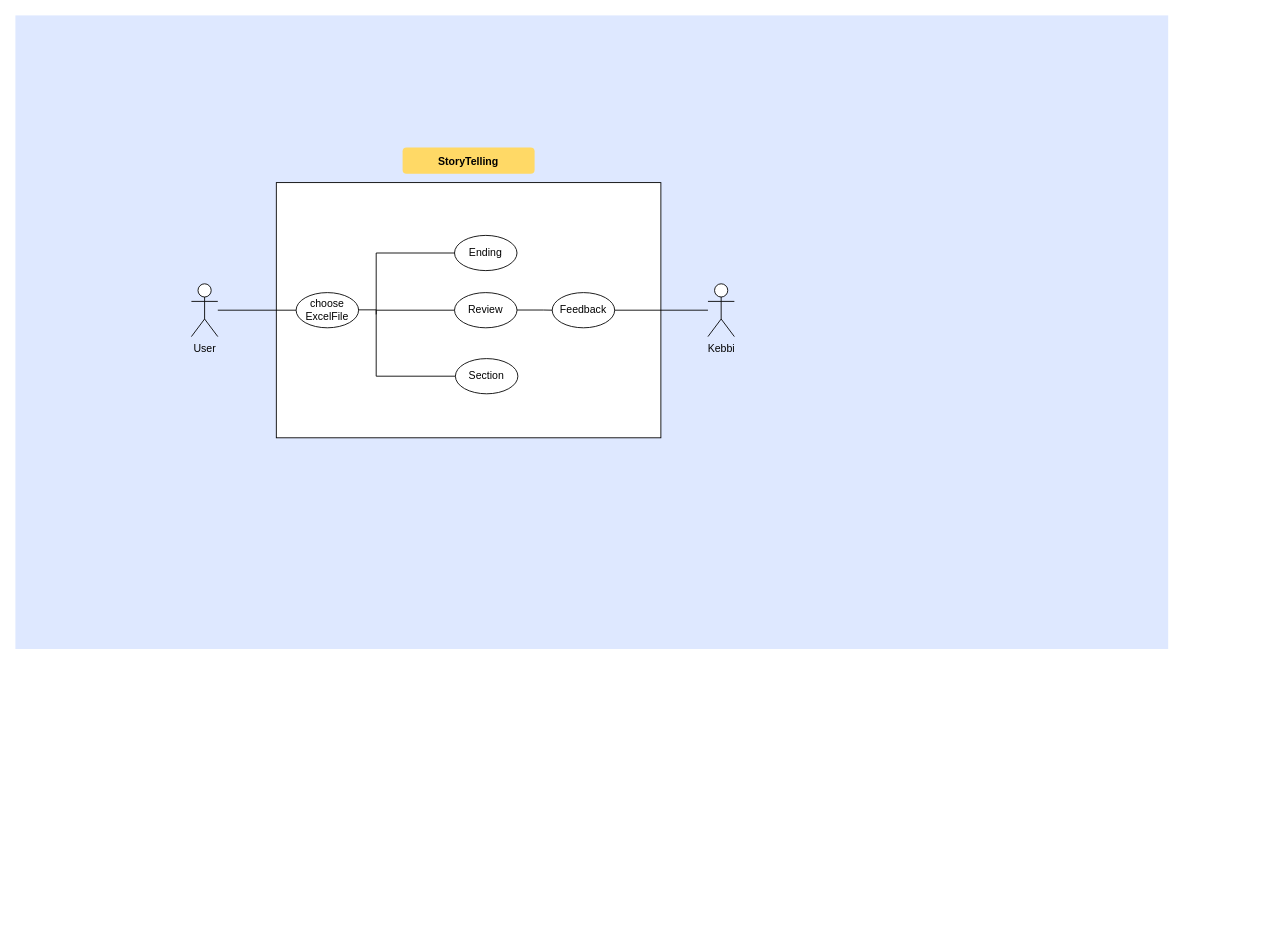
The draw.io diagram page "use case" (2 of 3) of Untitled Diagram.drawio in chewwwyong/dosomethingexcel, before the edit. Source tidied: cells renumbered, new cells numbered last; positions are measured from the earlier drawing's top-left corner, leaving out a move shared by most shapes. Both pictures are drawn from the tidied source at 88%, with x=0, y=0 at pixel (15, 15).
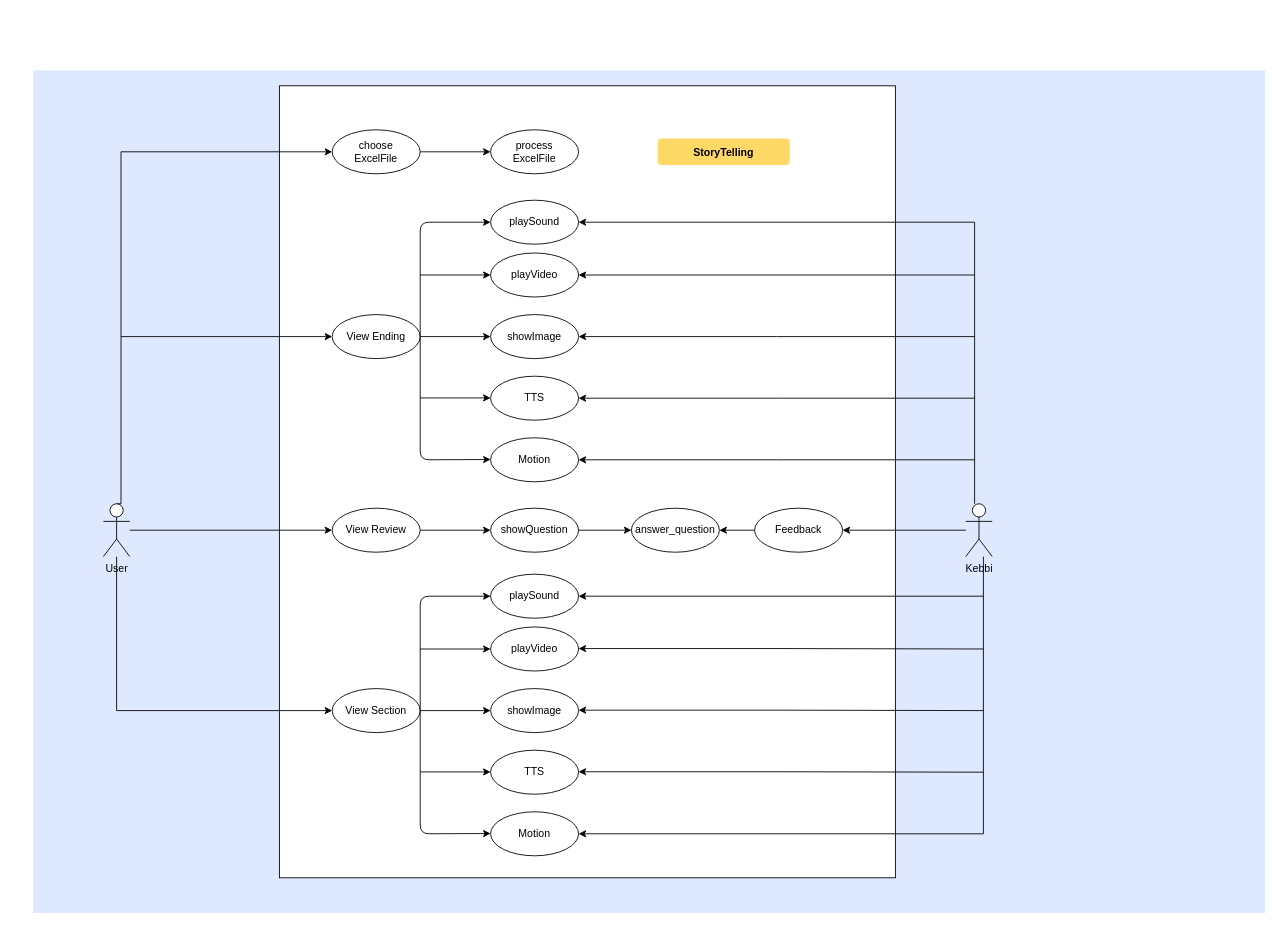
After the change.

Change to the diagram source:
```diff
@@
     <mxCell id="2" style="fillColor=#DEE8FF;strokeColor=none;" parent="1" vertex="1">
-      <mxGeometry width="1310" height="720" as="geometry" />
+      <mxGeometry x="20" y="62.5" width="1400" height="957.5" as="geometry" />
     </mxCell>
+    <mxCell id="4" style="rounded=0;whiteSpace=wrap;html=1;strokeColor=#000000;" parent="1" vertex="1">
+      <mxGeometry x="300" y="80" width="700" height="900" as="geometry" />
+    </mxCell>
+    <mxCell id="19" style="edgeStyle=orthogonalEdgeStyle;rounded=0;jettySize=auto;html=1;entryX=0;entryY=0.5;entryDx=0;entryDy=0;endArrow=classic;endFill=1;" parent="1" edge="1" source="6" target="8">
+      <mxGeometry relative="1" as="geometry" />
+    </mxCell>
+    <mxCell id="20" style="edgeStyle=orthogonalEdgeStyle;rounded=0;jettySize=auto;html=1;entryX=0;entryY=0.5;entryDx=0;entryDy=0;endArrow=classic;endFill=1;exitX=0.5;exitY=0;exitDx=0;exitDy=0;exitPerimeter=0;" parent="1" edge="1" source="6" target="15">
+      <mxGeometry relative="1" as="geometry">
+        <Array as="points">
+          <mxPoint x="120" y="555" />
+          <mxPoint x="120" y="155" />
+        </Array>
+      </mxGeometry>
+    </mxCell>
+    <mxCell id="21" style="edgeStyle=orthogonalEdgeStyle;rounded=0;jettySize=auto;html=1;entryX=0;entryY=0.5;entryDx=0;entryDy=0;startArrow=none;startFill=0;endArrow=classic;endFill=1;" parent="1" edge="1" source="6" target="11">
+      <mxGeometry relative="1" as="geometry">
+        <Array as="points">
+          <mxPoint x="115" y="790" />
+        </Array>
+      </mxGeometry>
+    </mxCell>
+    <mxCell id="6" value="User" style="shape=umlActor;verticalLabelPosition=bottom;verticalAlign=top;html=1;outlineConnect=0;strokeColor=#000000;" parent="1" vertex="1">
+      <mxGeometry x="100" y="555" width="30" height="60" as="geometry" />
+    </mxCell>
+    <mxCell id="22" style="edgeStyle=orthogonalEdgeStyle;rounded=0;jettySize=auto;html=1;entryX=1;entryY=0.5;entryDx=0;entryDy=0;endArrow=classic;endFill=1;" parent="1" edge="1" source="7" target="9">
+      <mxGeometry relative="1" as="geometry" />
+    </mxCell>
+    <mxCell id="23" style="edgeStyle=orthogonalEdgeStyle;rounded=0;jettySize=auto;html=1;entryX=1;entryY=0.5;entryDx=0;entryDy=0;endArrow=classic;endFill=1;" parent="1" edge="1" source="7" target="30">
+      <mxGeometry relative="1" as="geometry">
+        <Array as="points">
+          <mxPoint x="1090" y="235" />
+        </Array>
+      </mxGeometry>
+    </mxCell>
+    <mxCell id="24" style="edgeStyle=orthogonalEdgeStyle;rounded=0;jettySize=auto;html=1;entryX=1;entryY=0.5;entryDx=0;entryDy=0;startArrow=none;startFill=0;endArrow=classic;endFill=1;" parent="1" edge="1" source="7" target="43">
+      <mxGeometry relative="1" as="geometry">
+        <Array as="points">
+          <mxPoint x="1100" y="930" />
+        </Array>
+      </mxGeometry>
+    </mxCell>
+    <mxCell id="7" value="Kebbi" style="shape=umlActor;verticalLabelPosition=bottom;verticalAlign=top;html=1;outlineConnect=0;strokeColor=#000000;" parent="1" vertex="1">
+      <mxGeometry x="1080" y="555" width="30" height="60" as="geometry" />
+    </mxCell>
+    <mxCell id="25" style="edgeStyle=orthogonalEdgeStyle;rounded=0;jettySize=auto;html=1;endArrow=classic;endFill=1;" parent="1" edge="1" source="8" target="46">
+      <mxGeometry relative="1" as="geometry" />
+    </mxCell>
+    <mxCell id="8" value="View Review" style="ellipse;whiteSpace=wrap;html=1;strokeColor=#000000;flipH=0;flipV=1;" parent="1" vertex="1">
+      <mxGeometry x="360" y="560" width="100" height="50" as="geometry" />
+    </mxCell>
+    <mxCell id="26" style="edgeStyle=orthogonalEdgeStyle;rounded=0;jettySize=auto;html=1;endArrow=classic;endFill=1;" parent="1" edge="1" source="9" target="29">
+      <mxGeometry relative="1" as="geometry" />
+    </mxCell>
+    <mxCell id="9" value="Feedback" style="ellipse;whiteSpace=wrap;html=1;strokeColor=#000000;" parent="1" vertex="1">
+      <mxGeometry x="840" y="560" width="100" height="50" as="geometry" />
+    </mxCell>
+    <mxCell id="11" value="View Section" style="ellipse;whiteSpace=wrap;html=1;strokeColor=#000000;flipH=0;flipV=1;" parent="1" vertex="1">
+      <mxGeometry x="360" y="765" width="100" height="50" as="geometry" />
+    </mxCell>
+    <mxCell id="27" style="edgeStyle=orthogonalEdgeStyle;rounded=0;jettySize=auto;html=1;" parent="1" edge="1" source="12" target="34">
+      <mxGeometry relative="1" as="geometry" />
+    </mxCell>
+    <mxCell id="28" style="edgeStyle=orthogonalEdgeStyle;rounded=0;jettySize=auto;html=1;endArrow=none;endFill=0;startArrow=classic;startFill=1;" parent="1" edge="1" source="12">
+      <mxGeometry relative="1" as="geometry">
+        <mxPoint x="120" y="365" as="targetPoint" />
+      </mxGeometry>
+    </mxCell>
+    <mxCell id="12" value="View Ending" style="ellipse;whiteSpace=wrap;html=1;strokeColor=#000000;flipH=0;flipV=1;" parent="1" vertex="1">
+      <mxGeometry x="360" y="340" width="100" height="50" as="geometry" />
+    </mxCell>
+    <mxCell id="29" value="answer_question" style="ellipse;whiteSpace=wrap;html=1;strokeColor=#000000;flipH=0;flipV=1;" parent="1" vertex="1">
+      <mxGeometry x="700" y="560" width="100" height="50" as="geometry" />
+    </mxCell>
+    <mxCell id="30" value="playSound" style="ellipse;whiteSpace=wrap;html=1;strokeColor=#000000;flipH=0;flipV=1;" parent="1" vertex="1">
+      <mxGeometry x="540" y="210" width="100" height="50" as="geometry" />
+    </mxCell>
+    <mxCell id="31" style="edgeStyle=orthogonalEdgeStyle;rounded=0;jettySize=auto;html=1;startArrow=classic;startFill=1;endArrow=none;endFill=0;" parent="1" edge="1" source="32">
+      <mxGeometry relative="1" as="geometry">
+        <mxPoint x="1090" y="295" as="targetPoint" />
+      </mxGeometry>
+    </mxCell>
+    <mxCell id="32" value="playVideo" style="ellipse;whiteSpace=wrap;html=1;strokeColor=#000000;flipH=0;flipV=1;" parent="1" vertex="1">
+      <mxGeometry x="540" y="270" width="100" height="50" as="geometry" />
+    </mxCell>
+    <mxCell id="33" style="edgeStyle=orthogonalEdgeStyle;rounded=0;jettySize=auto;html=1;startArrow=classic;startFill=1;endArrow=none;endFill=0;" parent="1" edge="1" source="34">
+      <mxGeometry relative="1" as="geometry">
+        <mxPoint x="1090" y="365" as="targetPoint" />
+      </mxGeometry>
+    </mxCell>
+    <mxCell id="34" value="showImage" style="ellipse;whiteSpace=wrap;html=1;strokeColor=#000000;flipH=0;flipV=1;" parent="1" vertex="1">
+      <mxGeometry x="540" y="340" width="100" height="50" as="geometry" />
+    </mxCell>
+    <mxCell id="35" style="edgeStyle=orthogonalEdgeStyle;rounded=0;jettySize=auto;html=1;startArrow=classic;startFill=1;endArrow=none;endFill=0;" parent="1" edge="1" source="36">
+      <mxGeometry relative="1" as="geometry">
+        <mxPoint x="1090" y="435" as="targetPoint" />
+      </mxGeometry>
+    </mxCell>
+    <mxCell id="36" value="TTS" style="ellipse;whiteSpace=wrap;html=1;strokeColor=#000000;flipH=0;flipV=1;" parent="1" vertex="1">
+      <mxGeometry x="540" y="410" width="100" height="50" as="geometry" />
+    </mxCell>
+    <mxCell id="37" style="edgeStyle=orthogonalEdgeStyle;rounded=0;jettySize=auto;html=1;startArrow=classic;startFill=1;endArrow=none;endFill=0;" parent="1" edge="1" source="38">
+      <mxGeometry relative="1" as="geometry">
+        <mxPoint x="1090" y="505" as="targetPoint" />
+      </mxGeometry>
+    </mxCell>
+    <mxCell id="38" value="Motion" style="ellipse;whiteSpace=wrap;html=1;strokeColor=#000000;flipH=0;flipV=1;" parent="1" vertex="1">
+      <mxGeometry x="540" y="480" width="100" height="50" as="geometry" />
+    </mxCell>
+    <mxCell id="39" value="playSound" style="ellipse;whiteSpace=wrap;html=1;strokeColor=#000000;flipH=0;flipV=1;" parent="1" vertex="1">
+      <mxGeometry x="540" y="635" width="100" height="50" as="geometry" />
+    </mxCell>
+    <mxCell id="40" value="playVideo" style="ellipse;whiteSpace=wrap;html=1;strokeColor=#000000;flipH=0;flipV=1;" parent="1" vertex="1">
+      <mxGeometry x="540" y="695" width="100" height="50" as="geometry" />
+    </mxCell>
+    <mxCell id="41" value="showImage" style="ellipse;whiteSpace=wrap;html=1;strokeColor=#000000;flipH=0;flipV=1;" parent="1" vertex="1">
+      <mxGeometry x="540" y="765" width="100" height="50" as="geometry" />
+    </mxCell>
+    <mxCell id="42" value="TTS" style="ellipse;whiteSpace=wrap;html=1;strokeColor=#000000;flipH=0;flipV=1;" parent="1" vertex="1">
+      <mxGeometry x="540" y="835" width="100" height="50" as="geometry" />
+    </mxCell>
+    <mxCell id="43" value="Motion" style="ellipse;whiteSpace=wrap;html=1;strokeColor=#000000;flipH=0;flipV=1;" parent="1" vertex="1">
+      <mxGeometry x="540" y="905" width="100" height="50" as="geometry" />
+    </mxCell>
+    <mxCell id="44" style="edgeStyle=orthogonalEdgeStyle;rounded=0;jettySize=auto;html=1;" parent="1" edge="1" source="15" target="47">
+      <mxGeometry relative="1" as="geometry" />
+    </mxCell>
+    <mxCell id="15" value="choose&lt;br&gt;ExcelFile" style="ellipse;whiteSpace=wrap;html=1;strokeColor=#000000;flipH=0;flipV=1;" parent="1" vertex="1">
+      <mxGeometry x="360" y="130" width="100" height="50" as="geometry" />
+    </mxCell>
+    <mxCell id="45" style="edgeStyle=orthogonalEdgeStyle;rounded=0;jettySize=auto;html=1;endArrow=classic;endFill=1;" parent="1" edge="1" source="46" target="29">
+      <mxGeometry relative="1" as="geometry" />
+    </mxCell>
+    <mxCell id="46" value="showQuestion" style="ellipse;whiteSpace=wrap;html=1;strokeColor=#000000;flipH=0;flipV=1;" parent="1" vertex="1">
+      <mxGeometry x="540" y="560" width="100" height="50" as="geometry" />
+    </mxCell>
+    <mxCell id="47" value="process&lt;br&gt;ExcelFile" style="ellipse;whiteSpace=wrap;html=1;strokeColor=#000000;flipH=0;flipV=1;" parent="1" vertex="1">
+      <mxGeometry x="540" y="130" width="100" height="50" as="geometry" />
+    </mxCell>
+    <mxCell id="48" style="endArrow=classic;html=1;exitX=1;exitY=0.5;exitDx=0;exitDy=0;entryX=0;entryY=0.5;entryDx=0;entryDy=0;endFill=1;" parent="1" edge="1" source="12" target="30">
+      <mxGeometry relative="1" as="geometry">
+        <Array as="points">
+          <mxPoint x="460" y="235" />
+        </Array>
+      </mxGeometry>
+    </mxCell>
+    <mxCell id="49" style="endArrow=classic;html=1;entryX=0;entryY=0.5;entryDx=0;entryDy=0;endFill=1;" parent="1" edge="1" target="32">
+      <mxGeometry relative="1" as="geometry">
+        <mxPoint x="460" y="295" as="sourcePoint" />
+      </mxGeometry>
+    </mxCell>
+    <mxCell id="50" style="endArrow=classic;html=1;entryX=0;entryY=0.5;entryDx=0;entryDy=0;endFill=1;" parent="1" edge="1">
+      <mxGeometry relative="1" as="geometry">
+        <mxPoint x="460" y="434.7" as="sourcePoint" />
+        <mxPoint x="540" y="434.7" as="targetPoint" />
+      </mxGeometry>
+    </mxCell>
+    <mxCell id="51" style="endArrow=classic;html=1;entryX=0;entryY=0.5;entryDx=0;entryDy=0;endFill=1;exitX=1;exitY=0.5;exitDx=0;exitDy=0;" parent="1" edge="1" source="12">
+      <mxGeometry relative="1" as="geometry">
+        <mxPoint x="540" y="504.7" as="targetPoint" />
+        <Array as="points">
+          <mxPoint x="460" y="505" />
+        </Array>
+      </mxGeometry>
+    </mxCell>
+    <mxCell id="52" style="edgeStyle=orthogonalEdgeStyle;rounded=0;orthogonalLoop=1;jettySize=auto;html=1;" parent="1" edge="1">
+      <mxGeometry relative="1" as="geometry">
+        <mxPoint x="460" y="790" as="sourcePoint" />
+        <mxPoint x="540" y="790" as="targetPoint" />
+      </mxGeometry>
+    </mxCell>
+    <mxCell id="53" style="endArrow=classic;html=1;exitX=1;exitY=0.5;exitDx=0;exitDy=0;entryX=0;entryY=0.5;entryDx=0;entryDy=0;endFill=1;" parent="1" edge="1">
+      <mxGeometry relative="1" as="geometry">
+        <mxPoint x="460" y="790" as="sourcePoint" />
+        <mxPoint x="540" y="660" as="targetPoint" />
+        <Array as="points">
+          <mxPoint x="460" y="660" />
+        </Array>
+      </mxGeometry>
+    </mxCell>
+    <mxCell id="54" style="endArrow=classic;html=1;entryX=0;entryY=0.5;entryDx=0;entryDy=0;endFill=1;" parent="1" edge="1">
+      <mxGeometry relative="1" as="geometry">
+        <mxPoint x="460" y="720" as="sourcePoint" />
+        <mxPoint x="540" y="720" as="targetPoint" />
+      </mxGeometry>
+    </mxCell>
+    <mxCell id="55" style="endArrow=classic;html=1;entryX=0;entryY=0.5;entryDx=0;entryDy=0;endFill=1;" parent="1" edge="1">
+      <mxGeometry relative="1" as="geometry">
+        <mxPoint x="460" y="859.7" as="sourcePoint" />
+        <mxPoint x="540" y="859.7" as="targetPoint" />
+      </mxGeometry>
+    </mxCell>
+    <mxCell id="56" style="endArrow=classic;html=1;entryX=0;entryY=0.5;entryDx=0;entryDy=0;endFill=1;exitX=1;exitY=0.5;exitDx=0;exitDy=0;" parent="1" edge="1">
+      <mxGeometry relative="1" as="geometry">
+        <mxPoint x="460" y="790" as="sourcePoint" />
+        <mxPoint x="540" y="929.7" as="targetPoint" />
+        <Array as="points">
+          <mxPoint x="460" y="930" />
+        </Array>
+      </mxGeometry>
+    </mxCell>
+    <mxCell id="57" style="edgeStyle=orthogonalEdgeStyle;rounded=0;orthogonalLoop=1;jettySize=auto;html=1;startArrow=classic;startFill=1;endArrow=none;endFill=0;" parent="1" edge="1">
+      <mxGeometry relative="1" as="geometry">
+        <mxPoint x="640" y="660" as="sourcePoint" />
+        <mxPoint x="1100" y="660" as="targetPoint" />
+      </mxGeometry>
+    </mxCell>
+    <mxCell id="58" style="edgeStyle=orthogonalEdgeStyle;rounded=0;orthogonalLoop=1;jettySize=auto;html=1;startArrow=classic;startFill=1;endArrow=none;endFill=0;" parent="1" edge="1">
+      <mxGeometry relative="1" as="geometry">
+        <mxPoint x="640" y="719.5" as="sourcePoint" />
+        <mxPoint x="1100" y="720" as="targetPoint" />
+        <Array as="points">
+          <mxPoint x="870" y="720" />
+          <mxPoint x="1100" y="720" />
+        </Array>
+      </mxGeometry>
+    </mxCell>
+    <mxCell id="59" style="edgeStyle=orthogonalEdgeStyle;rounded=0;orthogonalLoop=1;jettySize=auto;html=1;startArrow=classic;startFill=1;endArrow=none;endFill=0;" parent="1" edge="1">
+      <mxGeometry relative="1" as="geometry">
+        <mxPoint x="640" y="789.5" as="sourcePoint" />
+        <mxPoint x="1100" y="790" as="targetPoint" />
+        <Array as="points">
+          <mxPoint x="870" y="790" />
+          <mxPoint x="1100" y="790" />
+        </Array>
+      </mxGeometry>
+    </mxCell>
+    <mxCell id="60" style="edgeStyle=orthogonalEdgeStyle;rounded=0;orthogonalLoop=1;jettySize=auto;html=1;startArrow=classic;startFill=1;endArrow=none;endFill=0;" parent="1" edge="1">
+      <mxGeometry relative="1" as="geometry">
+        <mxPoint x="640" y="859.5" as="sourcePoint" />
+        <mxPoint x="1100" y="860" as="targetPoint" />
+        <Array as="points">
+          <mxPoint x="870" y="860" />
+          <mxPoint x="1100" y="860" />
+        </Array>
+      </mxGeometry>
+    </mxCell>
     <mxCell id="3" value="StoryTelling" style="rounded=1;fontStyle=1;fillColor=#FFD966;strokeColor=none;" parent="1" vertex="1">
-      <mxGeometry x="440" y="150" width="150" height="30" as="geometry" />
+      <mxGeometry x="730" y="140" width="150" height="30" as="geometry" />
     </mxCell>
-    <mxCell id="4" style="rounded=0;whiteSpace=wrap;html=1;strokeColor=#000000;" parent="1" vertex="1">
-      <mxGeometry x="296.5" y="190" width="437" height="290" as="geometry" />
-    </mxCell>
-    <mxCell id="5" style="edgeStyle=orthogonalEdgeStyle;rounded=0;jettySize=auto;html=1;endArrow=none;endFill=0;" parent="1" edge="1" target="8">
-      <mxGeometry relative="1" as="geometry">
-        <mxPoint x="410" y="340" as="sourcePoint" />
-        <Array as="points">
-          <mxPoint x="410" y="335" />
-        </Array>
-      </mxGeometry>
-    </mxCell>
-    <mxCell id="6" value="User" style="shape=umlActor;verticalLabelPosition=bottom;verticalAlign=top;html=1;outlineConnect=0;strokeColor=#000000;" parent="1" vertex="1">
-      <mxGeometry x="200" y="305" width="30" height="60" as="geometry" />
-    </mxCell>
-    <mxCell id="7" value="Kebbi" style="shape=umlActor;verticalLabelPosition=bottom;verticalAlign=top;html=1;outlineConnect=0;strokeColor=#000000;" parent="1" vertex="1">
-      <mxGeometry x="787" y="305" width="30" height="60" as="geometry" />
-    </mxCell>
-    <mxCell id="8" value="Review" style="ellipse;whiteSpace=wrap;html=1;strokeColor=#000000;" parent="1" vertex="1">
-      <mxGeometry x="499" y="315" width="71" height="40" as="geometry" />
-    </mxCell>
-    <mxCell id="9" value="Feedback" style="ellipse;whiteSpace=wrap;html=1;strokeColor=#000000;" parent="1" vertex="1">
-      <mxGeometry x="610" y="315" width="71" height="40" as="geometry" />
-    </mxCell>
-    <mxCell id="10" style="edgeStyle=orthogonalEdgeStyle;rounded=0;jettySize=auto;html=1;endArrow=none;endFill=0;" parent="1" edge="1" target="11">
-      <mxGeometry relative="1" as="geometry">
-        <mxPoint x="410" y="340" as="sourcePoint" />
-        <Array as="points">
-          <mxPoint x="410" y="410" />
-        </Array>
-      </mxGeometry>
-    </mxCell>
-    <mxCell id="11" value="Section" style="ellipse;whiteSpace=wrap;html=1;strokeColor=#000000;" parent="1" vertex="1">
-      <mxGeometry x="500" y="390" width="71" height="40" as="geometry" />
-    </mxCell>
-    <mxCell id="12" value="Ending" style="ellipse;whiteSpace=wrap;html=1;strokeColor=#000000;" parent="1" vertex="1">
-      <mxGeometry x="499" y="250" width="71" height="40" as="geometry" />
-    </mxCell>
-    <mxCell id="13" style="edgeStyle=orthogonalEdgeStyle;rounded=0;orthogonalLoop=1;jettySize=auto;html=1;endArrow=none;endFill=0;" parent="1" edge="1">
-      <mxGeometry relative="1" as="geometry">
-        <mxPoint x="410" y="340" as="sourcePoint" />
-        <mxPoint x="499" y="270" as="targetPoint" />
-        <Array as="points">
-          <mxPoint x="410" y="270" />
-        </Array>
-      </mxGeometry>
-    </mxCell>
-    <mxCell id="14" style="edgeStyle=orthogonalEdgeStyle;rounded=0;jettySize=auto;html=1;endArrow=none;endFill=0;" parent="1" edge="1" target="15">
-      <mxGeometry relative="1" as="geometry">
-        <mxPoint x="230" y="335" as="sourcePoint" />
-        <Array as="points">
-          <mxPoint x="230" y="335" />
-        </Array>
-      </mxGeometry>
-    </mxCell>
-    <mxCell id="15" value="choose&lt;br&gt;ExcelFile" style="ellipse;whiteSpace=wrap;html=1;strokeColor=#000000;" parent="1" vertex="1">
-      <mxGeometry x="319" y="315" width="71" height="40" as="geometry" />
-    </mxCell>
-    <mxCell id="16" style="edgeStyle=orthogonalEdgeStyle;rounded=0;orthogonalLoop=1;jettySize=auto;html=1;endArrow=none;endFill=0;" parent="1" edge="1">
-      <mxGeometry relative="1" as="geometry">
-        <mxPoint x="390" y="334.6" as="sourcePoint" />
-        <mxPoint x="410" y="334.8" as="targetPoint" />
-      </mxGeometry>
-    </mxCell>
-    <mxCell id="17" style="edgeStyle=orthogonalEdgeStyle;rounded=0;orthogonalLoop=1;jettySize=auto;html=1;endArrow=none;endFill=0;" parent="1" edge="1">
-      <mxGeometry relative="1" as="geometry">
-        <mxPoint x="570" y="334.8" as="sourcePoint" />
-        <mxPoint x="610" y="335" as="targetPoint" />
-        <Array as="points">
-          <mxPoint x="600" y="335" />
-          <mxPoint x="600" y="335" />
-        </Array>
-      </mxGeometry>
-    </mxCell>
-    <mxCell id="18" style="edgeStyle=orthogonalEdgeStyle;rounded=0;jettySize=auto;html=1;endArrow=none;endFill=0;" parent="1" edge="1" target="7">
-      <mxGeometry relative="1" as="geometry">
-        <mxPoint x="681" y="335" as="sourcePoint" />
-        <Array as="points">
-          <mxPoint x="681" y="335" />
-        </Array>
-      </mxGeometry>
-    </mxCell>
```
